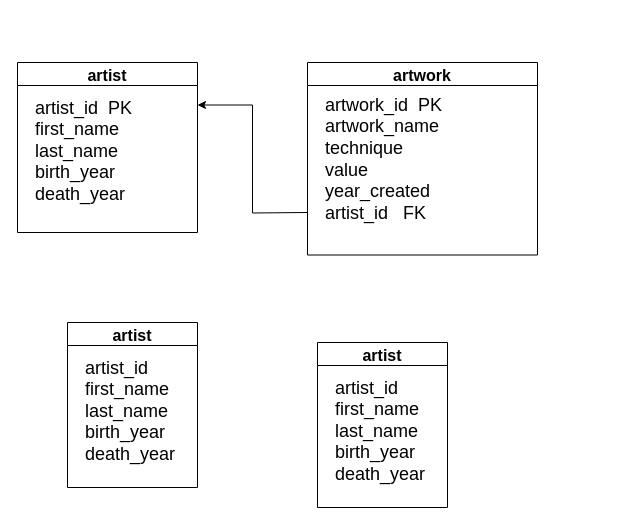
The draw.io diagram Untitled Diagram.drawio in MiCalathea/miisunen, before the edit. Source tidied: cells renumbered, new cells numbered last; positions are measured from the earlier drawing's top-left corner, leaving out a move shared by most shapes. Both pictures are drawn from the tidied source at 100%, with x=0, y=0 at pixel (17, 54).
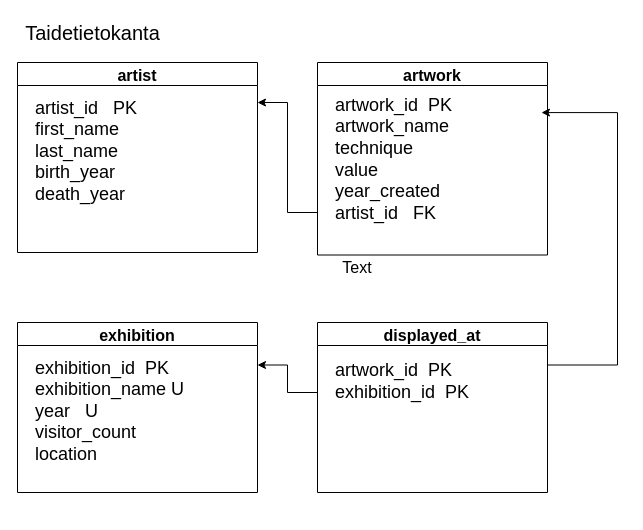
The same diagram, later.

Unchanged cells that the change refers to:
```xml
<mxCell id="5" value="&lt;p style=&quot;line-height: 1.2 ; font-size: 18px&quot;&gt;&lt;/p&gt;&lt;div style=&quot;font-size: 18px&quot; align=&quot;left&quot;&gt;&lt;font style=&quot;font-size: 18px&quot;&gt;artwork_id&lt;span style=&quot;white-space: pre&quot;&gt; &lt;/span&gt;&lt;span style=&quot;white-space: pre&quot;&gt; &lt;/span&gt;PK&lt;/font&gt;&lt;/div&gt;&lt;div style=&quot;font-size: 18px&quot; align=&quot;left&quot;&gt;&lt;font style=&quot;font-size: 18px&quot;&gt;artwork_name&lt;/font&gt;&lt;/div&gt;&lt;div style=&quot;font-size: 18px&quot; align=&quot;left&quot;&gt;&lt;font style=&quot;font-size: 18px&quot;&gt;technique&lt;/font&gt;&lt;/div&gt;&lt;div style=&quot;font-size: 18px&quot; align=&quot;left&quot;&gt;&lt;font style=&quot;font-size: 18px&quot;&gt;value&lt;br&gt;&lt;/font&gt;&lt;/div&gt;&lt;div style=&quot;font-size: 18px&quot; align=&quot;left&quot;&gt;&lt;font style=&quot;font-size: 18px&quot;&gt;year_created&lt;/font&gt;&lt;/div&gt;&lt;div style=&quot;font-size: 18px&quot; align=&quot;left&quot;&gt;&lt;font style=&quot;font-size: 18px&quot;&gt;artist_id&lt;span style=&quot;white-space: pre&quot;&gt; &lt;/span&gt;&lt;span style=&quot;white-space: pre&quot;&gt; &lt;/span&gt;&lt;span style=&quot;white-space: pre&quot;&gt; &lt;/span&gt;FK&lt;br style=&quot;font-size: 18px&quot;&gt;&lt;/font&gt;&lt;/div&gt;&lt;p style=&quot;font-size: 18px&quot;&gt;&lt;/p&gt;" style="text;html=1;align=left;verticalAlign=middle;points=[];strokeColor=none;fillColor=none;perimeterSpacing=1;horizontal=1;spacingTop=8;spacing=7;spacingLeft=1;fontSize=18;" parent="4" vertex="1">
  <mxGeometry x="10" y="-7.5" width="210" height="200" as="geometry" />
</mxCell>
```

Change to the diagram source:
```diff
@@
+    <mxCell id="11" style="edgeStyle=orthogonalEdgeStyle;rounded=0;jettySize=auto;html=1;exitX=0;exitY=0.5;exitDx=0;exitDy=0;entryX=1;entryY=0.25;entryDx=0;entryDy=0;fontSize=16;" parent="1" edge="1" source="2" target="6">
+      <mxGeometry relative="1" as="geometry">
+        <Array as="points">
+          <mxPoint x="300" y="338" />
+          <mxPoint x="270" y="338" />
+          <mxPoint x="270" y="311" />
+        </Array>
+      </mxGeometry>
+    </mxCell>
-    <mxCell id="2" value="artist" style="swimlane;fontSize=16;" parent="1" vertex="1">
-      <mxGeometry x="300" y="288" width="130" height="165" as="geometry" />
+    <mxCell id="2" value="displayed_at" style="swimlane;fontSize=16;" parent="1" vertex="1">
+      <mxGeometry x="300" y="268" width="230" height="170" as="geometry" />
     </mxCell>
-    <mxCell id="3" value="&lt;p style=&quot;line-height: 1.2; font-size: 18px;&quot;&gt;&lt;/p&gt;&lt;div style=&quot;font-size: 18px;&quot; align=&quot;left&quot;&gt;&lt;font style=&quot;font-size: 18px;&quot;&gt;artist_id&lt;/font&gt;&lt;/div&gt;&lt;div style=&quot;font-size: 18px;&quot; align=&quot;left&quot;&gt;&lt;font style=&quot;font-size: 18px;&quot;&gt;first_name&lt;/font&gt;&lt;/div&gt;&lt;div style=&quot;font-size: 18px;&quot; align=&quot;left&quot;&gt;&lt;font style=&quot;font-size: 18px;&quot;&gt;last_name&lt;/font&gt;&lt;/div&gt;&lt;div style=&quot;font-size: 18px;&quot; align=&quot;left&quot;&gt;&lt;font style=&quot;font-size: 18px;&quot;&gt;birth_year&lt;/font&gt;&lt;/div&gt;&lt;div style=&quot;font-size: 18px;&quot; align=&quot;left&quot;&gt;&lt;font style=&quot;font-size: 18px;&quot;&gt;death_year&lt;br style=&quot;font-size: 18px;&quot;&gt;&lt;/font&gt;&lt;/div&gt;&lt;p style=&quot;font-size: 18px;&quot;&gt;&lt;/p&gt;" style="text;html=1;align=left;verticalAlign=middle;strokeColor=none;fillColor=none;perimeterSpacing=1;horizontal=1;spacingTop=8;spacing=7;spacingLeft=1;fontSize=18;" parent="2" vertex="1">
-      <mxGeometry x="10" width="120" height="170" as="geometry" />
+    <mxCell id="3" value="&lt;div&gt;artwork_id&lt;span style=&quot;white-space: pre&quot;&gt; &lt;/span&gt;&lt;span style=&quot;white-space: pre&quot;&gt; &lt;/span&gt;PK&lt;/div&gt;&lt;div&gt;exhibition_id&lt;span style=&quot;white-space: pre&quot;&gt; &lt;/span&gt;&lt;span style=&quot;white-space: pre&quot;&gt; &lt;/span&gt;PK&lt;br&gt;&lt;/div&gt;" style="text;html=1;align=left;verticalAlign=middle;strokeColor=none;fillColor=none;perimeterSpacing=1;horizontal=1;spacingTop=8;spacing=7;spacingLeft=1;fontSize=18;" parent="2" vertex="1">
+      <mxGeometry x="10" y="20" width="210" height="70" as="geometry" />
     </mxCell>
+    <mxCell id="12" style="edgeStyle=orthogonalEdgeStyle;rounded=0;jettySize=auto;html=1;exitX=0;exitY=0.75;exitDx=0;exitDy=0;fontSize=16;" parent="1" edge="1" source="4">
+      <mxGeometry relative="1" as="geometry">
+        <mxPoint x="240" y="48" as="targetPoint" />
+        <Array as="points">
+          <mxPoint x="300" y="158" />
+          <mxPoint x="270" y="158" />
+          <mxPoint x="270" y="48" />
+        </Array>
+      </mxGeometry>
+    </mxCell>
     <mxCell id="4" value="artwork" style="swimlane;fontSize=16;" parent="1" vertex="1">
-      <mxGeometry x="290" y="8" width="230" height="192.5" as="geometry" />
+      <mxGeometry x="300" y="8" width="230" height="192.5" as="geometry" />
     </mxCell>
@@
-    <mxCell id="6" value="artist" style="swimlane;fontSize=16;" parent="1" vertex="1">
-      <mxGeometry x="50" y="268" width="130" height="165" as="geometry" />
+    <mxCell id="6" value="exhibition" style="swimlane;fontSize=16;" parent="1" vertex="1">
+      <mxGeometry y="268" width="240" height="170" as="geometry" />
     </mxCell>
-    <mxCell id="7" value="&lt;p style=&quot;line-height: 1.2; font-size: 18px;&quot;&gt;&lt;/p&gt;&lt;div style=&quot;font-size: 18px;&quot; align=&quot;left&quot;&gt;&lt;font style=&quot;font-size: 18px;&quot;&gt;artist_id&lt;/font&gt;&lt;/div&gt;&lt;div style=&quot;font-size: 18px;&quot; align=&quot;left&quot;&gt;&lt;font style=&quot;font-size: 18px;&quot;&gt;first_name&lt;/font&gt;&lt;/div&gt;&lt;div style=&quot;font-size: 18px;&quot; align=&quot;left&quot;&gt;&lt;font style=&quot;font-size: 18px;&quot;&gt;last_name&lt;/font&gt;&lt;/div&gt;&lt;div style=&quot;font-size: 18px;&quot; align=&quot;left&quot;&gt;&lt;font style=&quot;font-size: 18px;&quot;&gt;birth_year&lt;/font&gt;&lt;/div&gt;&lt;div style=&quot;font-size: 18px;&quot; align=&quot;left&quot;&gt;&lt;font style=&quot;font-size: 18px;&quot;&gt;death_year&lt;br style=&quot;font-size: 18px;&quot;&gt;&lt;/font&gt;&lt;/div&gt;&lt;p style=&quot;font-size: 18px;&quot;&gt;&lt;/p&gt;" style="text;html=1;align=left;verticalAlign=middle;strokeColor=none;fillColor=none;perimeterSpacing=1;horizontal=1;spacingTop=8;spacing=7;spacingLeft=1;fontSize=18;" parent="6" vertex="1">
-      <mxGeometry x="10" width="120" height="170" as="geometry" />
+    <mxCell id="7" value="&lt;p style=&quot;line-height: 1.2 ; font-size: 18px&quot;&gt;&lt;/p&gt;&lt;div style=&quot;font-size: 18px&quot; align=&quot;left&quot;&gt;&lt;font style=&quot;font-size: 18px&quot;&gt;exhibition_id&lt;span style=&quot;white-space: pre&quot;&gt; &lt;/span&gt;&lt;span style=&quot;white-space: pre&quot;&gt; &lt;/span&gt;PK&lt;/font&gt;&lt;/div&gt;&lt;div style=&quot;font-size: 18px&quot; align=&quot;left&quot;&gt;&lt;font style=&quot;font-size: 18px&quot;&gt;exhibition_name&lt;span style=&quot;white-space: pre&quot;&gt; &lt;/span&gt;U&lt;/font&gt;&lt;/div&gt;&lt;div style=&quot;font-size: 18px&quot; align=&quot;left&quot;&gt;&lt;font style=&quot;font-size: 18px&quot;&gt;year&lt;span style=&quot;white-space: pre&quot;&gt; &lt;/span&gt;&lt;span style=&quot;white-space: pre&quot;&gt; &lt;/span&gt;&lt;span style=&quot;white-space: pre&quot;&gt; &lt;/span&gt;U&lt;/font&gt;&lt;/div&gt;&lt;div style=&quot;font-size: 18px&quot; align=&quot;left&quot;&gt;&lt;font style=&quot;font-size: 18px&quot;&gt;visitor_count&lt;/font&gt;&lt;/div&gt;&lt;div style=&quot;font-size: 18px&quot; align=&quot;left&quot;&gt;&lt;font style=&quot;font-size: 18px&quot;&gt;location&lt;br style=&quot;font-size: 18px&quot;&gt;&lt;/font&gt;&lt;/div&gt;&lt;p style=&quot;font-size: 18px&quot;&gt;&lt;/p&gt;" style="text;html=1;align=left;verticalAlign=middle;strokeColor=none;fillColor=none;perimeterSpacing=1;horizontal=1;spacingTop=8;spacing=7;spacingLeft=1;fontSize=18;" parent="6" vertex="1">
+      <mxGeometry x="10" width="210" height="170" as="geometry" />
     </mxCell>
-    <mxCell id="8" style="edgeStyle=orthogonalEdgeStyle;rounded=0;jettySize=auto;html=1;exitX=1;exitY=0.25;exitDx=0;exitDy=0;fontSize=16;entryX=1;entryY=0.25;entryDx=0;entryDy=0;" parent="1" edge="1" target="9">
-      <mxGeometry relative="1" as="geometry">
-        <mxPoint x="290" y="158" as="sourcePoint" />
-      </mxGeometry>
-    </mxCell>
     <mxCell id="9" value="artist" style="swimlane;fontSize=16;" parent="1" vertex="1">
-      <mxGeometry y="8" width="180" height="170" as="geometry" />
+      <mxGeometry y="8" width="240" height="190" as="geometry" />
     </mxCell>
-    <mxCell id="10" value="&lt;p style=&quot;line-height: 1.2 ; font-size: 18px&quot;&gt;&lt;/p&gt;&lt;div style=&quot;font-size: 18px&quot; align=&quot;left&quot;&gt;&lt;font style=&quot;font-size: 18px&quot;&gt;artist_id&lt;span style=&quot;white-space: pre&quot;&gt; &lt;/span&gt;&lt;span style=&quot;white-space: pre&quot;&gt; &lt;/span&gt;PK&lt;/font&gt;&lt;/div&gt;&lt;div style=&quot;font-size: 18px&quot; align=&quot;left&quot;&gt;&lt;font style=&quot;font-size: 18px&quot;&gt;first_name&lt;/font&gt;&lt;/div&gt;&lt;div style=&quot;font-size: 18px&quot; align=&quot;left&quot;&gt;&lt;font style=&quot;font-size: 18px&quot;&gt;last_name&lt;/font&gt;&lt;/div&gt;&lt;div style=&quot;font-size: 18px&quot; align=&quot;left&quot;&gt;&lt;font style=&quot;font-size: 18px&quot;&gt;birth_year&lt;/font&gt;&lt;/div&gt;&lt;div style=&quot;font-size: 18px&quot; align=&quot;left&quot;&gt;&lt;font style=&quot;font-size: 18px&quot;&gt;death_year&lt;br style=&quot;font-size: 18px&quot;&gt;&lt;/font&gt;&lt;/div&gt;&lt;p style=&quot;font-size: 18px&quot;&gt;&lt;/p&gt;" style="text;html=1;align=left;verticalAlign=middle;strokeColor=none;fillColor=none;perimeterSpacing=1;horizontal=1;spacingTop=8;spacing=7;spacingLeft=1;fontSize=18;" parent="9" vertex="1">
-      <mxGeometry x="10" width="170" height="170" as="geometry" />
+    <mxCell id="10" value="&lt;p style=&quot;line-height: 1.2 ; font-size: 18px&quot;&gt;&lt;/p&gt;&lt;div style=&quot;font-size: 18px&quot; align=&quot;left&quot;&gt;&lt;font style=&quot;font-size: 18px&quot;&gt;artist_id&lt;span style=&quot;white-space: pre&quot;&gt; &lt;/span&gt;&lt;span style=&quot;white-space: pre&quot;&gt; &lt;/span&gt;&lt;span style=&quot;white-space: pre&quot;&gt; &lt;/span&gt;PK&lt;/font&gt;&lt;/div&gt;&lt;div style=&quot;font-size: 18px&quot; align=&quot;left&quot;&gt;&lt;font style=&quot;font-size: 18px&quot;&gt;first_name&lt;/font&gt;&lt;/div&gt;&lt;div style=&quot;font-size: 18px&quot; align=&quot;left&quot;&gt;&lt;font style=&quot;font-size: 18px&quot;&gt;last_name&lt;/font&gt;&lt;/div&gt;&lt;div style=&quot;font-size: 18px&quot; align=&quot;left&quot;&gt;&lt;font style=&quot;font-size: 18px&quot;&gt;birth_year&lt;/font&gt;&lt;/div&gt;&lt;div style=&quot;font-size: 18px&quot; align=&quot;left&quot;&gt;&lt;font style=&quot;font-size: 18px&quot;&gt;death_year&lt;br style=&quot;font-size: 18px&quot;&gt;&lt;/font&gt;&lt;/div&gt;&lt;p style=&quot;font-size: 18px&quot;&gt;&lt;/p&gt;" style="text;html=1;align=left;verticalAlign=middle;strokeColor=none;fillColor=none;perimeterSpacing=1;horizontal=1;spacingTop=8;spacing=7;spacingLeft=1;fontSize=18;" parent="9" vertex="1">
+      <mxGeometry x="10" width="210" height="170" as="geometry" />
     </mxCell>
+    <mxCell id="13" style="edgeStyle=orthogonalEdgeStyle;rounded=0;jettySize=auto;html=1;fontSize=16;exitX=1;exitY=0.25;exitDx=0;exitDy=0;entryX=1.014;entryY=0.29;entryDx=0;entryDy=0;entryPerimeter=0;" parent="1" edge="1" source="2" target="5">
+      <mxGeometry relative="1" as="geometry">
+        <Array as="points">
+          <mxPoint x="600" y="311" />
+          <mxPoint x="600" y="58" />
+        </Array>
+      </mxGeometry>
+    </mxCell>
+    <mxCell id="14" value="Text" style="text;html=1;strokeColor=none;fillColor=none;align=center;verticalAlign=middle;whiteSpace=wrap;rounded=0;fontSize=16;" parent="1" vertex="1">
+      <mxGeometry x="310" y="198" width="60" height="30" as="geometry" />
+    </mxCell>
+    <mxCell id="15" value="Taidetietokanta" style="text;html=1;align=center;verticalAlign=middle;strokeColor=none;fillColor=none;fontSize=20;" parent="1" vertex="1">
+      <mxGeometry y="-37" width="150" height="30" as="geometry" />
+    </mxCell>
```
